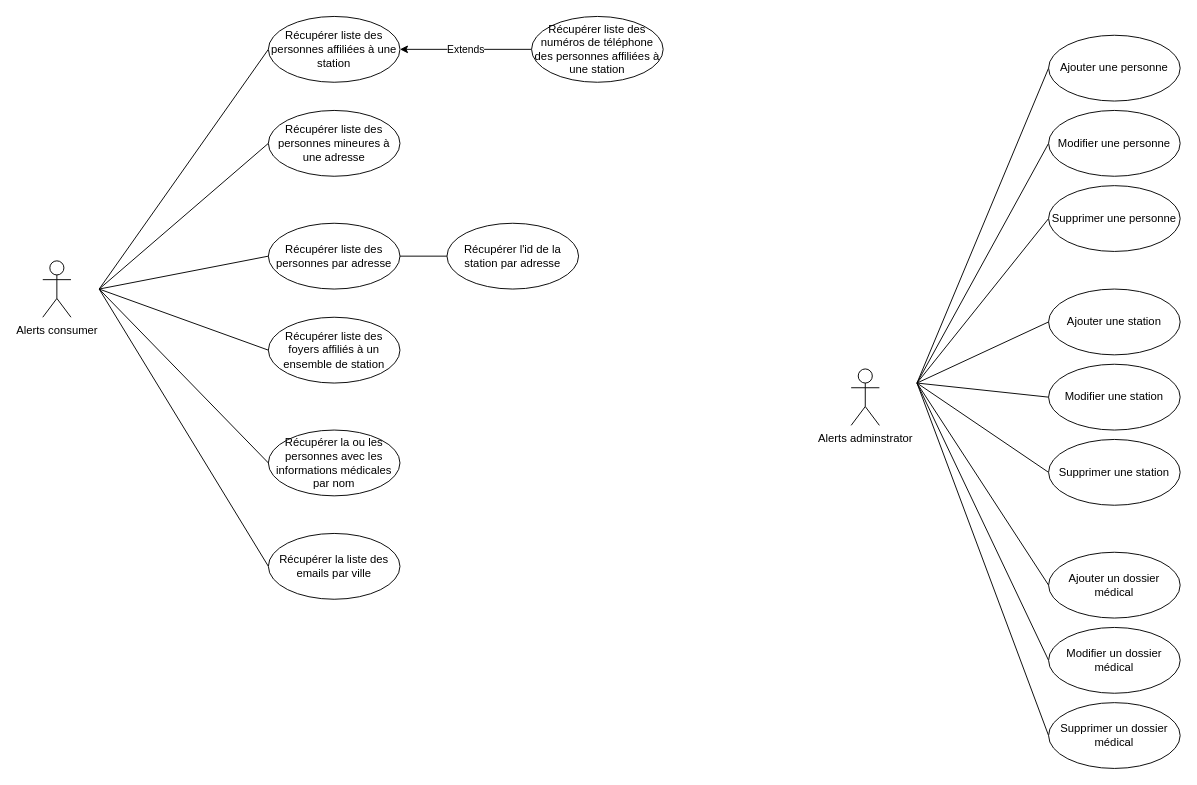
Above: page "cas-utilisation" (1 of 2) of SafetyNetAlerts.drawio in xhxcx/SafetyNet_Alerts (draw.io), before the change. Source tidied: cells renumbered, new cells numbered last; positions are measured from the earlier drawing's top-left corner, leaving out a move shared by most shapes. Both pictures are drawn from the tidied source at 94%, with x=0, y=0 at pixel (42, 16).
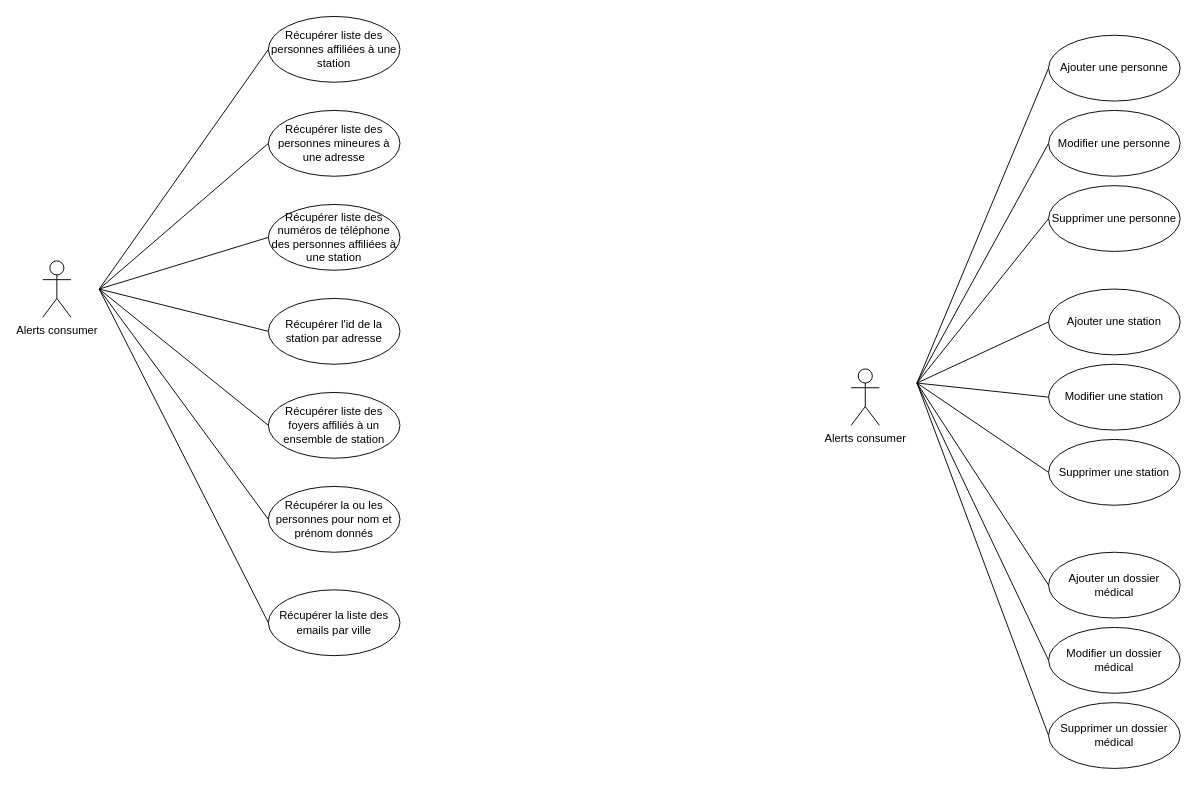
The same page after the edit.

Unchanged cells that the change refers to:
```xml
<mxCell id="3" value="Récupérer liste des personnes affiliées à une station" style="ellipse;whiteSpace=wrap;html=1;" parent="1" vertex="1">
  <mxGeometry x="240" width="140" height="70" as="geometry" />
</mxCell>
```

What changed in the source:
```diff
@@
     <mxCell id="7" value="Récupérer liste des foyers affiliés à un ensemble de station" style="ellipse;whiteSpace=wrap;html=1;" parent="1" vertex="1">
-      <mxGeometry x="240" y="320" width="140" height="70" as="geometry" />
+      <mxGeometry x="240" y="400" width="140" height="70" as="geometry" />
     </mxCell>
-    <mxCell id="8" style="edgeStyle=none;rounded=0;jettySize=auto;html=1;exitX=0;exitY=0.5;exitDx=0;exitDy=0;endArrow=none;endFill=0;" parent="1" edge="1" source="10">
+    <mxCell id="8" style="edgeStyle=none;rounded=0;jettySize=auto;html=1;exitX=0;exitY=0.5;exitDx=0;exitDy=0;endArrow=none;endFill=0;" parent="1" edge="1" source="37">
       <mxGeometry relative="1" as="geometry">
         <mxPoint x="60" y="290" as="targetPoint" />
       </mxGeometry>
     </mxCell>
-    <mxCell id="9" style="edgeStyle=none;rounded=0;jettySize=auto;html=1;exitX=1;exitY=0.5;exitDx=0;exitDy=0;entryX=0;entryY=0.5;entryDx=0;entryDy=0;endArrow=none;endFill=0;" parent="1" edge="1" source="10" target="37">
-      <mxGeometry relative="1" as="geometry" />
-    </mxCell>
-    <mxCell id="10" value="Récupérer liste des personnes par adresse" style="ellipse;whiteSpace=wrap;html=1;" parent="1" vertex="1">
-      <mxGeometry x="240" y="220" width="140" height="70" as="geometry" />
-    </mxCell>
-    <mxCell id="11" value="Extends" style="edgeStyle=orthogonalEdgeStyle;rounded=0;jettySize=auto;html=1;exitX=0;exitY=0.5;exitDx=0;exitDy=0;entryX=1;entryY=0.5;entryDx=0;entryDy=0;" parent="1" edge="1" source="12" target="3">
-      <mxGeometry relative="1" as="geometry" />
-    </mxCell>
     <mxCell id="12" value="Récupérer liste des numéros de téléphone des personnes affiliées à une station" style="ellipse;whiteSpace=wrap;html=1;" parent="1" vertex="1">
-      <mxGeometry x="520" width="140" height="70" as="geometry" />
+      <mxGeometry x="240" y="200" width="140" height="70" as="geometry" />
     </mxCell>
@@
-    <mxCell id="14" value="Récupérer la ou les personnes avec les informations médicales par nom" style="ellipse;whiteSpace=wrap;html=1;" parent="1" vertex="1">
-      <mxGeometry x="240" y="440" width="140" height="70" as="geometry" />
+    <mxCell id="14" value="Récupérer la ou les personnes pour nom et prénom donnés" style="ellipse;whiteSpace=wrap;html=1;" parent="1" vertex="1">
+      <mxGeometry x="240" y="500" width="140" height="70" as="geometry" />
     </mxCell>
@@
     <mxCell id="16" value="Récupérer la liste des emails par ville" style="ellipse;whiteSpace=wrap;html=1;" parent="1" vertex="1">
-      <mxGeometry x="240" y="550" width="140" height="70" as="geometry" />
+      <mxGeometry x="240" y="610" width="140" height="70" as="geometry" />
     </mxCell>
@@
-    <mxCell id="18" value="Alerts adminstrator" style="shape=umlActor;verticalLabelPosition=bottom;verticalAlign=top;html=1;" parent="1" vertex="1">
+    <mxCell id="18" value="Alerts consumer" style="shape=umlActor;verticalLabelPosition=bottom;verticalAlign=top;html=1;" parent="1" vertex="1">
       <mxGeometry x="860" y="375" width="30" height="60" as="geometry" />
     </mxCell>
@@
     <mxCell id="37" value="Récupérer l'id de la station par adresse" style="ellipse;whiteSpace=wrap;html=1;" parent="1" vertex="1">
-      <mxGeometry x="430" y="220" width="140" height="70" as="geometry" />
+      <mxGeometry x="240" y="300" width="140" height="70" as="geometry" />
     </mxCell>
+    <mxCell id="38" style="edgeStyle=none;rounded=0;jettySize=auto;html=1;exitX=0;exitY=0.5;exitDx=0;exitDy=0;endArrow=none;endFill=0;" parent="1" edge="1" source="12">
+      <mxGeometry relative="1" as="geometry">
+        <mxPoint x="60" y="290" as="targetPoint" />
+      </mxGeometry>
+    </mxCell>
```
